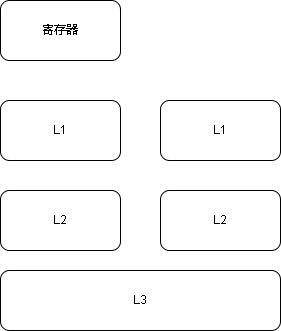
The draw.io diagram cpu.drawio.png in xktder/draw, before a commit. Source tidied: cells renumbered, new cells last; positions are measured from the earlier drawing's top-left corner, leaving out a move shared by most shapes. Source of this version:
```xml
<mxGraphModel>
  <root>
    <mxCell id="0" />
    <mxCell id="1" parent="0" />
    <mxCell id="2" value="寄存器" style="rounded=1;whiteSpace=wrap;html=1;" parent="1" vertex="1">
      <mxGeometry width="120" height="60" as="geometry" />
    </mxCell>
    <mxCell id="3" value="L1" style="rounded=1;whiteSpace=wrap;html=1;" parent="1" vertex="1">
      <mxGeometry y="100" width="120" height="60" as="geometry" />
    </mxCell>
    <mxCell id="4" value="L2" style="rounded=1;whiteSpace=wrap;html=1;" parent="1" vertex="1">
      <mxGeometry y="190" width="120" height="60" as="geometry" />
    </mxCell>
    <mxCell id="5" value="L1" style="rounded=1;whiteSpace=wrap;html=1;" parent="1" vertex="1">
      <mxGeometry x="160" y="100" width="120" height="60" as="geometry" />
    </mxCell>
    <mxCell id="6" value="L2" style="rounded=1;whiteSpace=wrap;html=1;" parent="1" vertex="1">
      <mxGeometry x="160" y="190" width="120" height="60" as="geometry" />
    </mxCell>
    <mxCell id="7" value="L3" style="rounded=1;whiteSpace=wrap;html=1;" parent="1" vertex="1">
      <mxGeometry y="270" width="280" height="60" as="geometry" />
    </mxCell>
  </root>
</mxGraphModel>
```
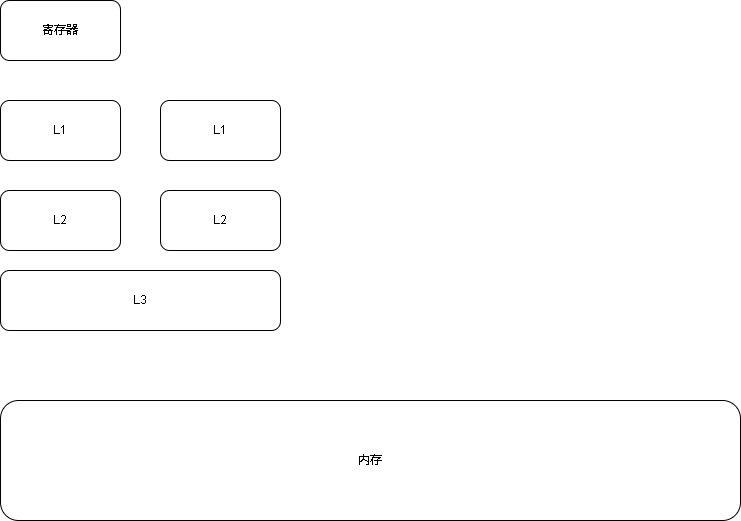
After the commit.

Change to the diagram source:
```diff
@@ -20,5 +20,8 @@
     <mxCell id="7" value="L3" style="rounded=1;whiteSpace=wrap;html=1;" parent="1" vertex="1">
       <mxGeometry y="270" width="280" height="60" as="geometry" />
     </mxCell>
+    <mxCell id="8" value="内存" style="rounded=1;whiteSpace=wrap;html=1;" parent="1" vertex="1">
+      <mxGeometry y="400" width="740" height="120" as="geometry" />
+    </mxCell>
   </root>
 </mxGraphModel>
```
